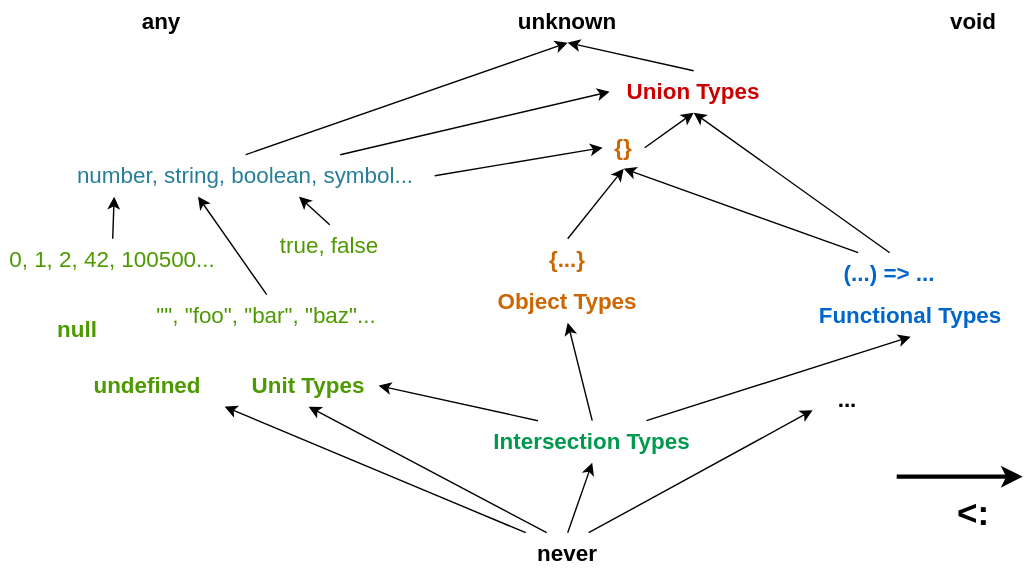
Before: images/grid_of_types.svg, a diagram exported from draw.io (alfertev2014/holyjs-2025-autumn). Source tidied: cells renumbered, new cells last; positions are measured from the earlier drawing's top-left corner, leaving out a move shared by most shapes.
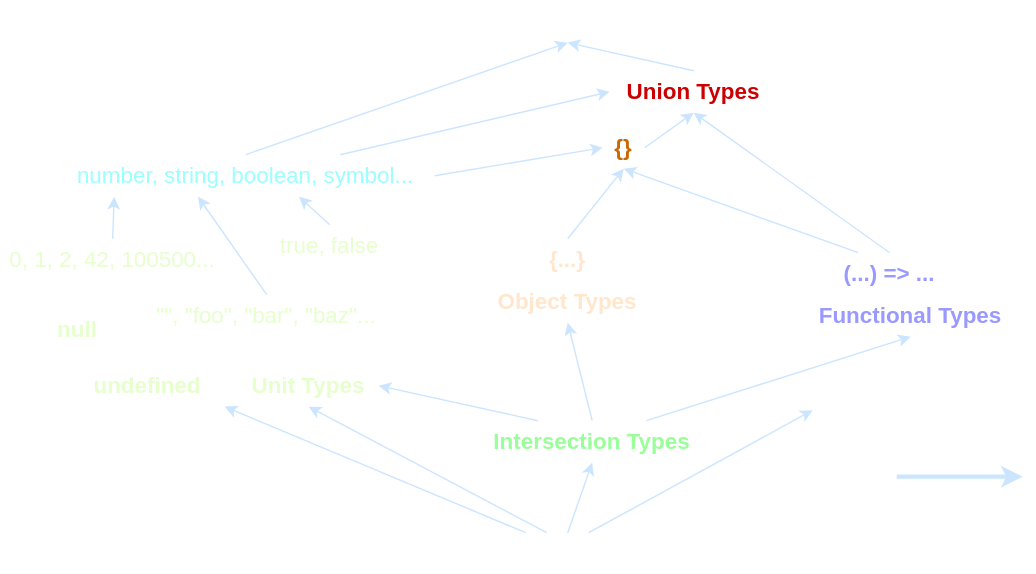
After the commit.

Change to the diagram source:
```diff
@@ -2,126 +2,126 @@
   <root>
     <mxCell id="0" />
     <mxCell id="1" parent="0" />
-    <mxCell id="2" value="unknown" style="text;html=1;align=center;verticalAlign=middle;whiteSpace=wrap;rounded=0;fontStyle=1;fontSize=16;" parent="1" vertex="1">
+    <mxCell id="2" value="unknown" style="text;html=1;align=center;verticalAlign=middle;whiteSpace=wrap;rounded=0;fontStyle=1;fontSize=16;fontColor=#FFFFFF;" parent="1" vertex="1">
       <mxGeometry x="360" width="90" height="30" as="geometry" />
     </mxCell>
-    <mxCell id="3" value="any" style="text;html=1;align=center;verticalAlign=middle;whiteSpace=wrap;rounded=0;fontStyle=1;fontSize=16;" parent="1" vertex="1">
+    <mxCell id="3" value="any" style="text;html=1;align=center;verticalAlign=middle;whiteSpace=wrap;rounded=0;fontStyle=1;fontSize=16;fontColor=#FFFFFF;" parent="1" vertex="1">
       <mxGeometry x="70" width="90" height="30" as="geometry" />
     </mxCell>
-    <mxCell id="4" value="void" style="text;html=1;align=center;verticalAlign=middle;whiteSpace=wrap;rounded=0;fontStyle=1;fontSize=16;" parent="1" vertex="1">
+    <mxCell id="4" value="void" style="text;html=1;align=center;verticalAlign=middle;whiteSpace=wrap;rounded=0;fontStyle=1;fontSize=16;fontColor=#FFFFFF;" parent="1" vertex="1">
       <mxGeometry x="650" width="90" height="30" as="geometry" />
     </mxCell>
-    <mxCell id="5" style="edgeStyle=none;html=1;exitX=0.5;exitY=0;exitDx=0;exitDy=0;entryX=0.5;entryY=1;entryDx=0;entryDy=0;" parent="1" edge="1" source="6" target="2">
+    <mxCell id="5" style="edgeStyle=none;html=1;exitX=0.5;exitY=0;exitDx=0;exitDy=0;entryX=0.5;entryY=1;entryDx=0;entryDy=0;strokeColor=#CCE5FF;" parent="1" edge="1" source="6" target="2">
       <mxGeometry relative="1" as="geometry" />
     </mxCell>
     <mxCell id="6" value="Union Types" style="text;html=1;align=center;verticalAlign=middle;whiteSpace=wrap;rounded=0;fontStyle=1;fontSize=16;fontColor=#CC0000;" parent="1" vertex="1">
       <mxGeometry x="435" y="50" width="120" height="30" as="geometry" />
     </mxCell>
-    <mxCell id="7" value="Unit Types" style="text;html=1;align=center;verticalAlign=middle;whiteSpace=wrap;rounded=0;fontStyle=1;fontSize=16;fontColor=#4D9900;" parent="1" vertex="1">
+    <mxCell id="7" value="Unit Types" style="text;html=1;align=center;verticalAlign=middle;whiteSpace=wrap;rounded=0;fontStyle=1;fontSize=16;fontColor=#E6FFCC;" parent="1" vertex="1">
       <mxGeometry x="170" y="260" width="100" height="30" as="geometry" />
     </mxCell>
-    <mxCell id="8" value="Object Types" style="text;html=1;align=center;verticalAlign=middle;whiteSpace=wrap;rounded=0;fontStyle=1;fontSize=16;fontColor=#CC6600;" parent="1" vertex="1">
+    <mxCell id="8" value="Object Types" style="text;html=1;align=center;verticalAlign=middle;whiteSpace=wrap;rounded=0;fontStyle=1;fontSize=16;fontColor=#FFE6CC;" parent="1" vertex="1">
       <mxGeometry x="345" y="200" width="120" height="30" as="geometry" />
     </mxCell>
-    <mxCell id="9" value="Functional Types" style="text;html=1;align=center;verticalAlign=middle;whiteSpace=wrap;rounded=0;fontStyle=1;fontSize=16;fillColor=none;strokeColor=none;fontColor=#0066CC;" parent="1" vertex="1">
+    <mxCell id="9" value="Functional Types" style="text;html=1;align=center;verticalAlign=middle;whiteSpace=wrap;rounded=0;fontStyle=1;fontSize=16;fillColor=none;strokeColor=none;fontColor=#9999FF;" parent="1" vertex="1">
       <mxGeometry x="570" y="210" width="160" height="30" as="geometry" />
     </mxCell>
-    <mxCell id="10" style="edgeStyle=none;html=1;exitX=1;exitY=0.5;exitDx=0;exitDy=0;entryX=0;entryY=0.5;entryDx=0;entryDy=0;" parent="1" edge="1" source="13" target="23">
+    <mxCell id="10" style="edgeStyle=none;html=1;exitX=1;exitY=0.5;exitDx=0;exitDy=0;entryX=0;entryY=0.5;entryDx=0;entryDy=0;strokeColor=#CCE5FF;" parent="1" edge="1" source="13" target="23">
       <mxGeometry relative="1" as="geometry" />
     </mxCell>
-    <mxCell id="11" style="edgeStyle=none;html=1;exitX=0.75;exitY=0;exitDx=0;exitDy=0;entryX=0;entryY=0.5;entryDx=0;entryDy=0;" parent="1" edge="1" source="13" target="6">
+    <mxCell id="11" style="edgeStyle=none;html=1;exitX=0.75;exitY=0;exitDx=0;exitDy=0;entryX=0;entryY=0.5;entryDx=0;entryDy=0;strokeColor=#CCE5FF;" parent="1" edge="1" source="13" target="6">
       <mxGeometry relative="1" as="geometry" />
     </mxCell>
-    <mxCell id="12" style="edgeStyle=none;html=1;exitX=0.5;exitY=0;exitDx=0;exitDy=0;entryX=0.5;entryY=1;entryDx=0;entryDy=0;" parent="1" edge="1" source="13" target="2">
+    <mxCell id="12" style="edgeStyle=none;html=1;exitX=0.5;exitY=0;exitDx=0;exitDy=0;entryX=0.5;entryY=1;entryDx=0;entryDy=0;strokeColor=#CCE5FF;" parent="1" edge="1" source="13" target="2">
       <mxGeometry relative="1" as="geometry" />
     </mxCell>
-    <mxCell id="13" value="number, string, boolean, symbol..." style="text;html=1;align=center;verticalAlign=middle;whiteSpace=wrap;rounded=0;fontStyle=0;fontSize=16;fontColor=#267F99;" parent="1" vertex="1">
+    <mxCell id="13" value="number, string, boolean, symbol..." style="text;html=1;align=center;verticalAlign=middle;whiteSpace=wrap;rounded=0;fontStyle=0;fontSize=16;fontColor=#99FFFF;" parent="1" vertex="1">
       <mxGeometry x="40" y="110" width="270" height="30" as="geometry" />
     </mxCell>
-    <mxCell id="14" value="0, 1, 2, 42, 100500..." style="text;html=1;align=center;verticalAlign=middle;whiteSpace=wrap;rounded=0;fontStyle=0;fontSize=16;fontColor=#4D9900;" parent="1" vertex="1">
+    <mxCell id="14" value="0, 1, 2, 42, 100500..." style="text;html=1;align=center;verticalAlign=middle;whiteSpace=wrap;rounded=0;fontStyle=0;fontSize=16;fontColor=#E6FFCC;" parent="1" vertex="1">
       <mxGeometry y="170" width="160" height="30" as="geometry" />
     </mxCell>
-    <mxCell id="15" value="true, false" style="text;html=1;align=center;verticalAlign=middle;whiteSpace=wrap;rounded=0;fontStyle=0;fontSize=16;fontColor=#4D9900;" parent="1" vertex="1">
+    <mxCell id="15" value="true, false" style="text;html=1;align=center;verticalAlign=middle;whiteSpace=wrap;rounded=0;fontStyle=0;fontSize=16;fontColor=#E6FFCC;" parent="1" vertex="1">
       <mxGeometry x="190" y="160" width="90" height="30" as="geometry" />
     </mxCell>
-    <mxCell id="16" value="&quot;&quot;, &quot;foo&quot;, &quot;bar&quot;, &quot;baz&quot;..." style="text;html=1;align=center;verticalAlign=middle;whiteSpace=wrap;rounded=0;fontStyle=0;fontSize=16;fontColor=#4D9900;" parent="1" vertex="1">
+    <mxCell id="16" value="&quot;&quot;, &quot;foo&quot;, &quot;bar&quot;, &quot;baz&quot;..." style="text;html=1;align=center;verticalAlign=middle;whiteSpace=wrap;rounded=0;fontStyle=0;fontSize=16;fontColor=#E6FFCC;" parent="1" vertex="1">
       <mxGeometry x="100" y="210" width="180" height="30" as="geometry" />
     </mxCell>
-    <mxCell id="17" value="null" style="text;html=1;align=center;verticalAlign=middle;whiteSpace=wrap;rounded=0;fontStyle=1;fontSize=16;fontColor=#4D9900;" parent="1" vertex="1">
+    <mxCell id="17" value="null" style="text;html=1;align=center;verticalAlign=middle;whiteSpace=wrap;rounded=0;fontStyle=1;fontSize=16;fontColor=#E6FFCC;" parent="1" vertex="1">
       <mxGeometry x="20" y="220" width="70" height="30" as="geometry" />
     </mxCell>
-    <mxCell id="18" value="undefined" style="text;html=1;align=center;verticalAlign=middle;whiteSpace=wrap;rounded=0;fontStyle=1;fontSize=16;fontColor=#4D9900;" parent="1" vertex="1">
+    <mxCell id="18" value="undefined" style="text;html=1;align=center;verticalAlign=middle;whiteSpace=wrap;rounded=0;fontStyle=1;fontSize=16;fontColor=#E6FFCC;" parent="1" vertex="1">
       <mxGeometry x="60" y="260" width="90" height="30" as="geometry" />
     </mxCell>
-    <mxCell id="19" style="edgeStyle=none;html=1;exitX=0.5;exitY=0;exitDx=0;exitDy=0;entryX=0.152;entryY=1;entryDx=0;entryDy=0;entryPerimeter=0;" parent="1" edge="1" source="14" target="13">
+    <mxCell id="19" style="edgeStyle=none;html=1;exitX=0.5;exitY=0;exitDx=0;exitDy=0;entryX=0.152;entryY=1;entryDx=0;entryDy=0;entryPerimeter=0;strokeColor=#CCE5FF;" parent="1" edge="1" source="14" target="13">
       <mxGeometry relative="1" as="geometry" />
     </mxCell>
-    <mxCell id="20" style="edgeStyle=none;html=1;exitX=0.5;exitY=0;exitDx=0;exitDy=0;entryX=0.641;entryY=1;entryDx=0;entryDy=0;entryPerimeter=0;" parent="1" edge="1" source="15" target="13">
+    <mxCell id="20" style="edgeStyle=none;html=1;exitX=0.5;exitY=0;exitDx=0;exitDy=0;entryX=0.641;entryY=1;entryDx=0;entryDy=0;entryPerimeter=0;strokeColor=#CCE5FF;" parent="1" edge="1" source="15" target="13">
       <mxGeometry relative="1" as="geometry" />
     </mxCell>
-    <mxCell id="21" style="edgeStyle=none;html=1;exitX=0.5;exitY=0;exitDx=0;exitDy=0;entryX=0.374;entryY=1;entryDx=0;entryDy=0;entryPerimeter=0;" parent="1" edge="1" source="16" target="13">
+    <mxCell id="21" style="edgeStyle=none;html=1;exitX=0.5;exitY=0;exitDx=0;exitDy=0;entryX=0.374;entryY=1;entryDx=0;entryDy=0;entryPerimeter=0;strokeColor=#CCE5FF;" parent="1" edge="1" source="16" target="13">
       <mxGeometry relative="1" as="geometry" />
     </mxCell>
-    <mxCell id="22" style="edgeStyle=none;html=1;exitX=1;exitY=0.5;exitDx=0;exitDy=0;entryX=0.5;entryY=1;entryDx=0;entryDy=0;" parent="1" edge="1" source="23" target="6">
+    <mxCell id="22" style="edgeStyle=none;html=1;exitX=1;exitY=0.5;exitDx=0;exitDy=0;entryX=0.5;entryY=1;entryDx=0;entryDy=0;strokeColor=#CCE5FF;" parent="1" edge="1" source="23" target="6">
       <mxGeometry relative="1" as="geometry" />
     </mxCell>
     <mxCell id="23" value="{}" style="text;html=1;align=center;verticalAlign=middle;whiteSpace=wrap;rounded=0;fontStyle=1;fontSize=16;fontColor=#CC6600;" parent="1" vertex="1">
       <mxGeometry x="430" y="90" width="30" height="30" as="geometry" />
     </mxCell>
-    <mxCell id="24" style="edgeStyle=none;html=1;exitX=0.5;exitY=0;exitDx=0;exitDy=0;entryX=0.5;entryY=1;entryDx=0;entryDy=0;" parent="1" edge="1" source="25" target="23">
+    <mxCell id="24" style="edgeStyle=none;html=1;exitX=0.5;exitY=0;exitDx=0;exitDy=0;entryX=0.5;entryY=1;entryDx=0;entryDy=0;strokeColor=#CCE5FF;" parent="1" edge="1" source="25" target="23">
       <mxGeometry relative="1" as="geometry" />
     </mxCell>
-    <mxCell id="25" value="{...}" style="text;html=1;align=center;verticalAlign=middle;whiteSpace=wrap;rounded=0;fontStyle=1;fontSize=16;fontColor=#CC6600;" parent="1" vertex="1">
+    <mxCell id="25" value="{...}" style="text;html=1;align=center;verticalAlign=middle;whiteSpace=wrap;rounded=0;fontStyle=1;fontSize=16;fontColor=#FFE6CC;" parent="1" vertex="1">
       <mxGeometry x="360" y="170" width="90" height="30" as="geometry" />
     </mxCell>
-    <mxCell id="26" style="edgeStyle=none;html=1;exitX=0.5;exitY=0;exitDx=0;exitDy=0;entryX=0.5;entryY=1;entryDx=0;entryDy=0;" parent="1" edge="1" source="28" target="6">
+    <mxCell id="26" style="edgeStyle=none;html=1;exitX=0.5;exitY=0;exitDx=0;exitDy=0;entryX=0.5;entryY=1;entryDx=0;entryDy=0;strokeColor=#CCE5FF;" parent="1" edge="1" source="28" target="6">
       <mxGeometry relative="1" as="geometry" />
     </mxCell>
-    <mxCell id="27" style="edgeStyle=none;html=1;exitX=0.25;exitY=0;exitDx=0;exitDy=0;entryX=0.5;entryY=1;entryDx=0;entryDy=0;" parent="1" edge="1" source="28" target="23">
+    <mxCell id="27" style="edgeStyle=none;html=1;exitX=0.25;exitY=0;exitDx=0;exitDy=0;entryX=0.5;entryY=1;entryDx=0;entryDy=0;strokeColor=#CCE5FF;" parent="1" edge="1" source="28" target="23">
       <mxGeometry relative="1" as="geometry" />
     </mxCell>
-    <mxCell id="28" value="(...) =&amp;gt; ..." style="text;html=1;align=center;verticalAlign=middle;whiteSpace=wrap;rounded=0;fontStyle=1;fontSize=16;fontColor=#0066CC;" parent="1" vertex="1">
+    <mxCell id="28" value="(...) =&amp;gt; ..." style="text;html=1;align=center;verticalAlign=middle;whiteSpace=wrap;rounded=0;fontStyle=1;fontSize=16;fontColor=#9999FF;" parent="1" vertex="1">
       <mxGeometry x="590" y="180" width="90" height="30" as="geometry" />
     </mxCell>
-    <mxCell id="29" style="edgeStyle=none;html=1;exitX=0.25;exitY=0;exitDx=0;exitDy=0;entryX=1;entryY=0.5;entryDx=0;entryDy=0;" parent="1" edge="1" source="32" target="7">
+    <mxCell id="29" style="edgeStyle=none;html=1;exitX=0.25;exitY=0;exitDx=0;exitDy=0;entryX=1;entryY=0.5;entryDx=0;entryDy=0;strokeColor=#CCE5FF;" parent="1" edge="1" source="32" target="7">
       <mxGeometry relative="1" as="geometry" />
     </mxCell>
-    <mxCell id="30" style="edgeStyle=none;html=1;exitX=0.5;exitY=0;exitDx=0;exitDy=0;entryX=0.5;entryY=1;entryDx=0;entryDy=0;" parent="1" edge="1" source="32" target="8">
+    <mxCell id="30" style="edgeStyle=none;html=1;exitX=0.5;exitY=0;exitDx=0;exitDy=0;entryX=0.5;entryY=1;entryDx=0;entryDy=0;strokeColor=#CCE5FF;" parent="1" edge="1" source="32" target="8">
       <mxGeometry relative="1" as="geometry" />
     </mxCell>
-    <mxCell id="31" style="edgeStyle=none;html=1;exitX=0.75;exitY=0;exitDx=0;exitDy=0;entryX=0.5;entryY=1;entryDx=0;entryDy=0;" parent="1" edge="1" source="32" target="9">
+    <mxCell id="31" style="edgeStyle=none;html=1;exitX=0.75;exitY=0;exitDx=0;exitDy=0;entryX=0.5;entryY=1;entryDx=0;entryDy=0;strokeColor=#CCE5FF;" parent="1" edge="1" source="32" target="9">
       <mxGeometry relative="1" as="geometry" />
     </mxCell>
-    <mxCell id="32" value="Intersection Types" style="text;html=1;align=center;verticalAlign=middle;whiteSpace=wrap;rounded=0;fontStyle=1;fontSize=16;fontColor=#00994D;" parent="1" vertex="1">
+    <mxCell id="32" value="Intersection Types" style="text;html=1;align=center;verticalAlign=middle;whiteSpace=wrap;rounded=0;fontStyle=1;fontSize=16;fontColor=#99FF99;" parent="1" vertex="1">
       <mxGeometry x="345" y="300" width="155" height="30" as="geometry" />
     </mxCell>
-    <mxCell id="33" style="edgeStyle=none;html=1;exitX=0.5;exitY=0;exitDx=0;exitDy=0;entryX=0.5;entryY=1;entryDx=0;entryDy=0;" parent="1" edge="1" source="37" target="32">
+    <mxCell id="33" style="edgeStyle=none;html=1;exitX=0.5;exitY=0;exitDx=0;exitDy=0;entryX=0.5;entryY=1;entryDx=0;entryDy=0;strokeColor=#CCE5FF;" parent="1" edge="1" source="37" target="32">
       <mxGeometry relative="1" as="geometry" />
     </mxCell>
-    <mxCell id="34" style="edgeStyle=none;html=1;exitX=0.25;exitY=0;exitDx=0;exitDy=0;entryX=0.5;entryY=1;entryDx=0;entryDy=0;" parent="1" edge="1" source="37" target="7">
+    <mxCell id="34" style="edgeStyle=none;html=1;exitX=0.25;exitY=0;exitDx=0;exitDy=0;entryX=0.5;entryY=1;entryDx=0;entryDy=0;strokeColor=#CCE5FF;" parent="1" edge="1" source="37" target="7">
       <mxGeometry relative="1" as="geometry" />
     </mxCell>
-    <mxCell id="35" style="edgeStyle=none;html=1;exitX=0;exitY=0;exitDx=0;exitDy=0;" parent="1" edge="1" source="37">
+    <mxCell id="35" style="edgeStyle=none;html=1;exitX=0;exitY=0;exitDx=0;exitDy=0;strokeColor=#CCE5FF;" parent="1" edge="1" source="37">
       <mxGeometry relative="1" as="geometry">
         <mxPoint x="160" y="290" as="targetPoint" />
       </mxGeometry>
     </mxCell>
-    <mxCell id="36" style="edgeStyle=none;html=1;exitX=0.75;exitY=0;exitDx=0;exitDy=0;entryX=0;entryY=0.75;entryDx=0;entryDy=0;" parent="1" edge="1" source="37" target="39">
+    <mxCell id="36" style="edgeStyle=none;html=1;exitX=0.75;exitY=0;exitDx=0;exitDy=0;entryX=0;entryY=0.75;entryDx=0;entryDy=0;strokeColor=#CCE5FF;" parent="1" edge="1" source="37" target="39">
       <mxGeometry relative="1" as="geometry" />
     </mxCell>
-    <mxCell id="37" value="never" style="text;html=1;align=center;verticalAlign=middle;whiteSpace=wrap;rounded=0;fontStyle=1;fontSize=16;" parent="1" vertex="1">
+    <mxCell id="37" value="never" style="text;html=1;align=center;verticalAlign=middle;whiteSpace=wrap;rounded=0;fontStyle=1;fontSize=16;fontColor=#FFFFFF;" parent="1" vertex="1">
       <mxGeometry x="375" y="380" width="60" height="30" as="geometry" />
     </mxCell>
-    <mxCell id="38" style="endArrow=classic;html=1;strokeWidth=3;" parent="1" edge="1">
+    <mxCell id="38" style="endArrow=classic;html=1;strokeWidth=3;strokeColor=#CCE5FF;" parent="1" edge="1">
       <mxGeometry relative="1" as="geometry">
         <mxPoint x="640" y="340" as="sourcePoint" />
         <mxPoint x="730" y="340" as="targetPoint" />
       </mxGeometry>
     </mxCell>
-    <mxCell id="39" value="..." style="text;html=1;align=center;verticalAlign=middle;whiteSpace=wrap;rounded=0;fontStyle=1;fontSize=16;" parent="1" vertex="1">
+    <mxCell id="39" value="..." style="text;html=1;align=center;verticalAlign=middle;whiteSpace=wrap;rounded=0;fontStyle=1;fontSize=16;fontColor=#FFFFFF;" parent="1" vertex="1">
       <mxGeometry x="580" y="270" width="50" height="30" as="geometry" />
     </mxCell>
-    <mxCell id="40" value="&amp;lt;:" style="text;html=1;align=center;verticalAlign=middle;whiteSpace=wrap;rounded=0;fontStyle=1;fontSize=25;" parent="1" vertex="1">
+    <mxCell id="40" value="&amp;lt;:" style="text;html=1;align=center;verticalAlign=middle;whiteSpace=wrap;rounded=0;fontStyle=1;fontSize=25;fontColor=#FFFFFF;" parent="1" vertex="1">
       <mxGeometry x="650" y="350" width="90" height="30" as="geometry" />
     </mxCell>
   </root>
```
